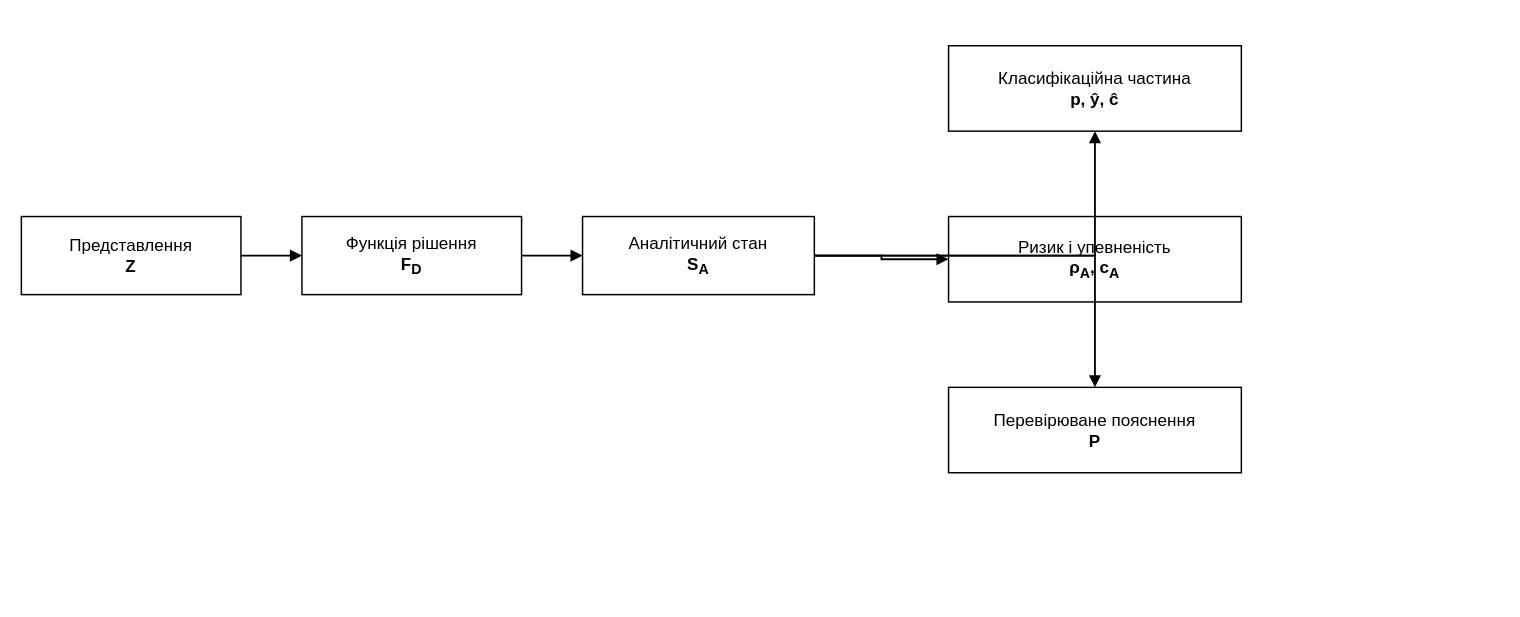
oleksandrmelnychenko/dima-phd keeps this draw.io diagram as title/figures_drawio/fig_2_4_decision_criteria.drawio. Above is the earlier version. Source tidied: cells renumbered, new cells numbered last; positions are measured from the earlier drawing's top-left corner, leaving out a move shared by most shapes. Both pictures are drawn from the tidied source at 122%, with x=0, y=0 at pixel (21, 45).
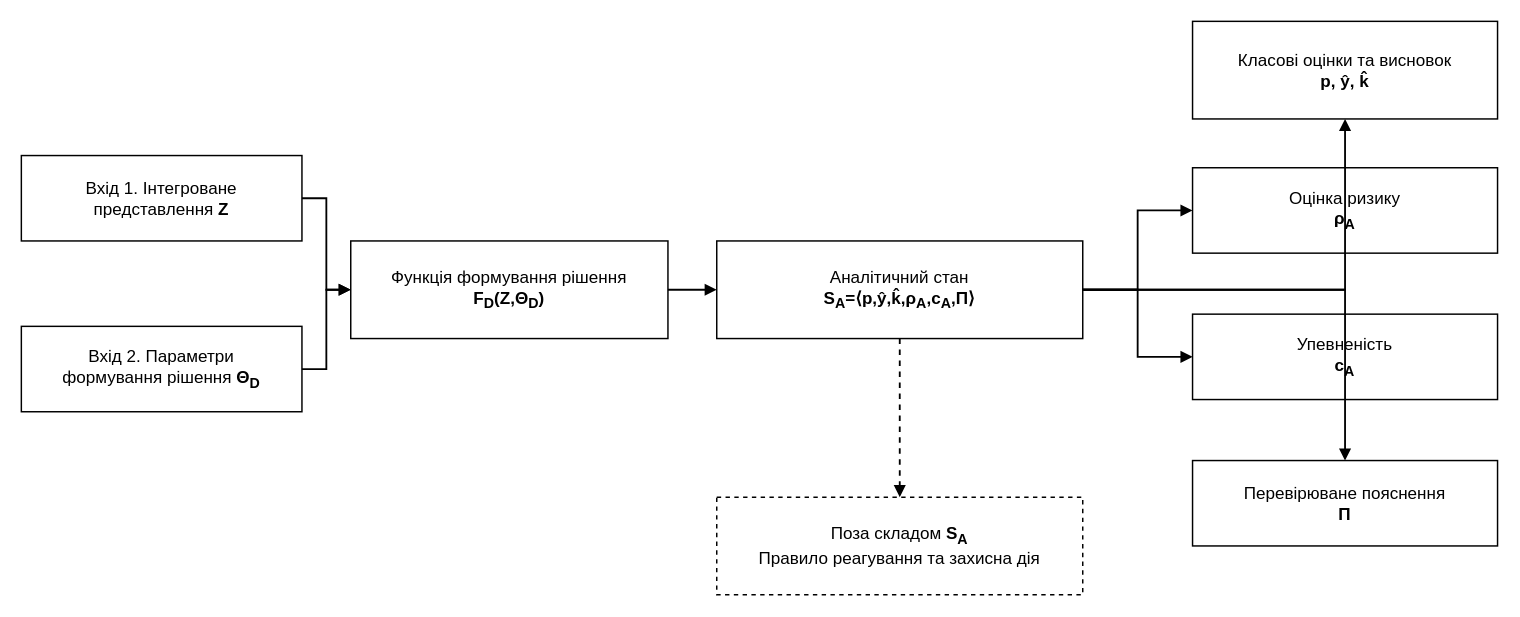
The same page after the edit.

What changed in the source:
```diff
@@
 <mxGraphModel>
   <root>
     <mxCell id="0" />
     <mxCell id="1" parent="0" />
-    <mxCell id="2" value="Представлення&lt;br&gt;&lt;b&gt;Z&lt;/b&gt;" style="rounded=0;whiteSpace=wrap;html=1;fillColor=#ffffff;strokeColor=#000000;strokeWidth=1.2;fontColor=#000000;fontSize=14;align=center;verticalAlign=middle;spacing=8;" parent="1" vertex="1">
-      <mxGeometry y="140" width="180" height="64" as="geometry" />
+    <mxCell id="2" value="Вхід 1. Інтегроване&lt;br&gt;представлення &lt;b&gt;Z&lt;/b&gt;" style="rounded=0;whiteSpace=wrap;html=1;fillColor=#ffffff;strokeColor=#000000;strokeWidth=1.2;fontColor=#000000;fontSize=14;align=center;verticalAlign=middle;spacing=8;" parent="1" vertex="1">
+      <mxGeometry y="90" width="230" height="70" as="geometry" />
     </mxCell>
-    <mxCell id="3" value="Функція рішення&lt;br&gt;&lt;b&gt;F&lt;sub&gt;D&lt;/sub&gt;&lt;/b&gt;" style="rounded=0;whiteSpace=wrap;html=1;fillColor=#ffffff;strokeColor=#000000;strokeWidth=1.2;fontColor=#000000;fontSize=14;align=center;verticalAlign=middle;spacing=8;" parent="1" vertex="1">
-      <mxGeometry x="230" y="140" width="180" height="64" as="geometry" />
+    <mxCell id="3" value="Вхід 2. Параметри&lt;br&gt;формування рішення &lt;b&gt;Θ&lt;sub&gt;D&lt;/sub&gt;&lt;/b&gt;" style="rounded=0;whiteSpace=wrap;html=1;fillColor=#ffffff;strokeColor=#000000;strokeWidth=1.2;fontColor=#000000;fontSize=14;align=center;verticalAlign=middle;spacing=8;" parent="1" vertex="1">
+      <mxGeometry y="230" width="230" height="70" as="geometry" />
     </mxCell>
-    <mxCell id="4" value="Аналітичний стан&lt;br&gt;&lt;b&gt;S&lt;sub&gt;A&lt;/sub&gt;&lt;/b&gt;" style="rounded=0;whiteSpace=wrap;html=1;fillColor=#ffffff;strokeColor=#000000;strokeWidth=1.2;fontColor=#000000;fontSize=14;align=center;verticalAlign=middle;spacing=8;" parent="1" vertex="1">
-      <mxGeometry x="460" y="140" width="190" height="64" as="geometry" />
+    <mxCell id="4" value="Функція формування рішення&lt;br&gt;&lt;b&gt;F&lt;sub&gt;D&lt;/sub&gt;(Z,Θ&lt;sub&gt;D&lt;/sub&gt;)&lt;/b&gt;" style="rounded=0;whiteSpace=wrap;html=1;fillColor=#ffffff;strokeColor=#000000;strokeWidth=1.2;fontColor=#000000;fontSize=14;align=center;verticalAlign=middle;spacing=8;" parent="1" vertex="1">
+      <mxGeometry x="270" y="160" width="260" height="80" as="geometry" />
     </mxCell>
-    <mxCell id="5" value="Класифікаційна частина&lt;br&gt;&lt;b&gt;p, ŷ, ĉ&lt;/b&gt;" style="rounded=0;whiteSpace=wrap;html=1;fillColor=#ffffff;strokeColor=#000000;strokeWidth=1.2;fontColor=#000000;fontSize=14;align=center;verticalAlign=middle;spacing=8;" parent="1" vertex="1">
-      <mxGeometry x="760" width="240" height="70" as="geometry" />
+    <mxCell id="5" value="Аналітичний стан&lt;br&gt;&lt;b&gt;S&lt;sub&gt;A&lt;/sub&gt;=⟨p,ŷ,k̂,ρ&lt;sub&gt;A&lt;/sub&gt;,c&lt;sub&gt;A&lt;/sub&gt;,Π⟩&lt;/b&gt;" style="rounded=0;whiteSpace=wrap;html=1;fillColor=#ffffff;strokeColor=#000000;strokeWidth=1.2;fontColor=#000000;fontSize=14;align=center;verticalAlign=middle;spacing=8;" parent="1" vertex="1">
+      <mxGeometry x="570" y="160" width="300" height="80" as="geometry" />
     </mxCell>
-    <mxCell id="6" value="Ризик і упевненість&lt;br&gt;&lt;b&gt;ρ&lt;sub&gt;A&lt;/sub&gt;, c&lt;sub&gt;A&lt;/sub&gt;&lt;/b&gt;" style="rounded=0;whiteSpace=wrap;html=1;fillColor=#ffffff;strokeColor=#000000;strokeWidth=1.2;fontColor=#000000;fontSize=14;align=center;verticalAlign=middle;spacing=8;" parent="1" vertex="1">
-      <mxGeometry x="760" y="140" width="240" height="70" as="geometry" />
+    <mxCell id="6" value="Класові оцінки та висновок&lt;br&gt;&lt;b&gt;p, ŷ, k̂&lt;/b&gt;" style="rounded=0;whiteSpace=wrap;html=1;fillColor=#ffffff;strokeColor=#000000;strokeWidth=1.2;fontColor=#000000;fontSize=14;align=center;verticalAlign=middle;spacing=8;" parent="1" vertex="1">
+      <mxGeometry x="960" y="-20" width="250" height="80" as="geometry" />
     </mxCell>
-    <mxCell id="7" value="Перевірюване пояснення&lt;br&gt;&lt;b&gt;P&lt;/b&gt;" style="rounded=0;whiteSpace=wrap;html=1;fillColor=#ffffff;strokeColor=#000000;strokeWidth=1.2;fontColor=#000000;fontSize=14;align=center;verticalAlign=middle;spacing=8;" parent="1" vertex="1">
-      <mxGeometry x="760" y="280" width="240" height="70" as="geometry" />
+    <mxCell id="7" value="Оцінка ризику&lt;br&gt;&lt;b&gt;ρ&lt;sub&gt;A&lt;/sub&gt;&lt;/b&gt;" style="rounded=0;whiteSpace=wrap;html=1;fillColor=#ffffff;strokeColor=#000000;strokeWidth=1.2;fontColor=#000000;fontSize=14;align=center;verticalAlign=middle;spacing=8;" parent="1" vertex="1">
+      <mxGeometry x="960" y="100" width="250" height="70" as="geometry" />
     </mxCell>
+    <mxCell id="13" value="Упевненість&lt;br&gt;&lt;b&gt;c&lt;sub&gt;A&lt;/sub&gt;&lt;/b&gt;" style="rounded=0;whiteSpace=wrap;html=1;fillColor=#ffffff;strokeColor=#000000;strokeWidth=1.2;fontColor=#000000;fontSize=14;align=center;verticalAlign=middle;spacing=8;" parent="1" vertex="1">
+      <mxGeometry x="960" y="220" width="250" height="70" as="geometry" />
+    </mxCell>
+    <mxCell id="14" value="Перевірюване пояснення&lt;br&gt;&lt;b&gt;Π&lt;/b&gt;" style="rounded=0;whiteSpace=wrap;html=1;fillColor=#ffffff;strokeColor=#000000;strokeWidth=1.2;fontColor=#000000;fontSize=14;align=center;verticalAlign=middle;spacing=8;" parent="1" vertex="1">
+      <mxGeometry x="960" y="340" width="250" height="70" as="geometry" />
+    </mxCell>
+    <mxCell id="15" value="Поза складом &lt;b&gt;S&lt;sub&gt;A&lt;/sub&gt;&lt;/b&gt;&lt;br&gt;Правило реагування та захисна дія" style="rounded=0;whiteSpace=wrap;html=1;fillColor=#ffffff;strokeColor=#000000;strokeWidth=1.2;dashed=1;fontColor=#000000;fontSize=14;align=center;verticalAlign=middle;spacing=8;" parent="1" vertex="1">
+      <mxGeometry x="570" y="370" width="300" height="80" as="geometry" />
+    </mxCell>
-    <mxCell id="8" style="edgeStyle=orthogonalEdgeStyle;rounded=0;jettySize=auto;html=1;endArrow=block;endFill=1;strokeColor=#000000;strokeWidth=1.5;" parent="1" edge="1" source="2" target="3">
+    <mxCell id="8" style="edgeStyle=orthogonalEdgeStyle;rounded=0;jettySize=auto;html=1;endArrow=block;endFill=1;strokeColor=#000000;strokeWidth=1.5;" parent="1" edge="1" source="2" target="4">
       <mxGeometry relative="1" as="geometry" />
     </mxCell>
     <mxCell id="9" style="edgeStyle=orthogonalEdgeStyle;rounded=0;jettySize=auto;html=1;endArrow=block;endFill=1;strokeColor=#000000;strokeWidth=1.5;" parent="1" edge="1" source="3" target="4">
       <mxGeometry relative="1" as="geometry" />
     </mxCell>
     <mxCell id="10" style="edgeStyle=orthogonalEdgeStyle;rounded=0;jettySize=auto;html=1;endArrow=block;endFill=1;strokeColor=#000000;strokeWidth=1.5;" parent="1" edge="1" source="4" target="5">
       <mxGeometry relative="1" as="geometry" />
     </mxCell>
-    <mxCell id="11" style="edgeStyle=orthogonalEdgeStyle;rounded=0;jettySize=auto;html=1;endArrow=block;endFill=1;strokeColor=#000000;strokeWidth=1.5;" parent="1" edge="1" source="4" target="6">
+    <mxCell id="11" style="edgeStyle=orthogonalEdgeStyle;rounded=0;jettySize=auto;html=1;endArrow=block;endFill=1;strokeColor=#000000;strokeWidth=1.5;" parent="1" edge="1" source="5" target="6">
       <mxGeometry relative="1" as="geometry" />
     </mxCell>
-    <mxCell id="12" style="edgeStyle=orthogonalEdgeStyle;rounded=0;jettySize=auto;html=1;endArrow=block;endFill=1;strokeColor=#000000;strokeWidth=1.5;" parent="1" edge="1" source="4" target="7">
+    <mxCell id="12" style="edgeStyle=orthogonalEdgeStyle;rounded=0;jettySize=auto;html=1;endArrow=block;endFill=1;strokeColor=#000000;strokeWidth=1.5;" parent="1" edge="1" source="5" target="7">
       <mxGeometry relative="1" as="geometry" />
     </mxCell>
+    <mxCell id="16" style="edgeStyle=orthogonalEdgeStyle;rounded=0;jettySize=auto;html=1;endArrow=block;endFill=1;strokeColor=#000000;strokeWidth=1.5;" parent="1" edge="1" source="5" target="13">
+      <mxGeometry relative="1" as="geometry" />
+    </mxCell>
+    <mxCell id="17" style="edgeStyle=orthogonalEdgeStyle;rounded=0;jettySize=auto;html=1;endArrow=block;endFill=1;strokeColor=#000000;strokeWidth=1.5;" parent="1" edge="1" source="5" target="14">
+      <mxGeometry relative="1" as="geometry" />
+    </mxCell>
+    <mxCell id="18" style="edgeStyle=orthogonalEdgeStyle;rounded=0;jettySize=auto;html=1;endArrow=block;endFill=1;strokeColor=#000000;strokeWidth=1.5;dashed=1;" parent="1" edge="1" source="5" target="15">
+      <mxGeometry relative="1" as="geometry" />
+    </mxCell>
   </root>
 </mxGraphModel>
```
